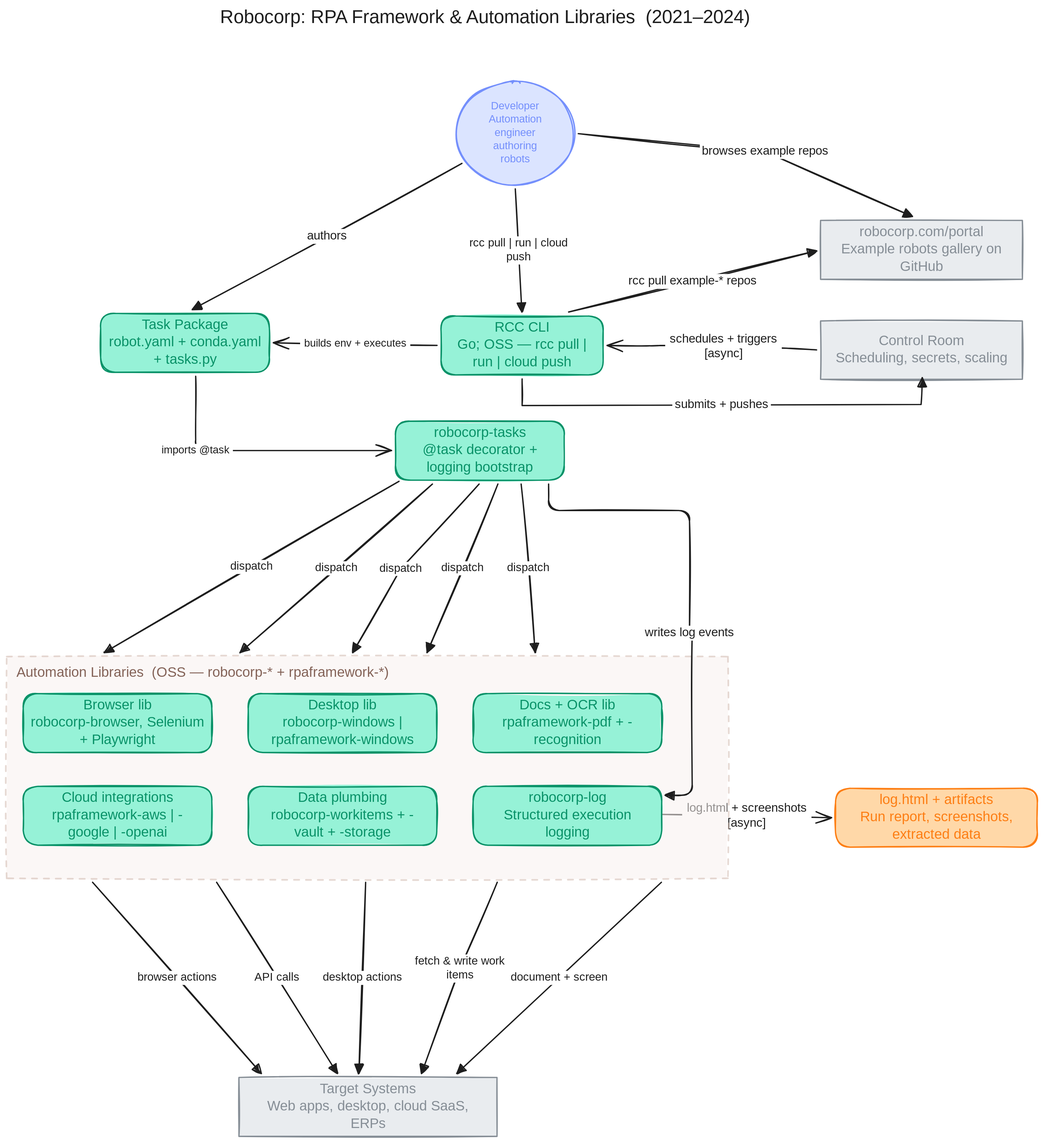
Before: public/diagrams/robocorp-rpa.svg, a diagram exported from Excalidraw (cmin764/portfolio). Source tidied: one line per element, renumbered; positions are measured from the earlier drawing's top-left corner, leaving out a move shared by most shapes.
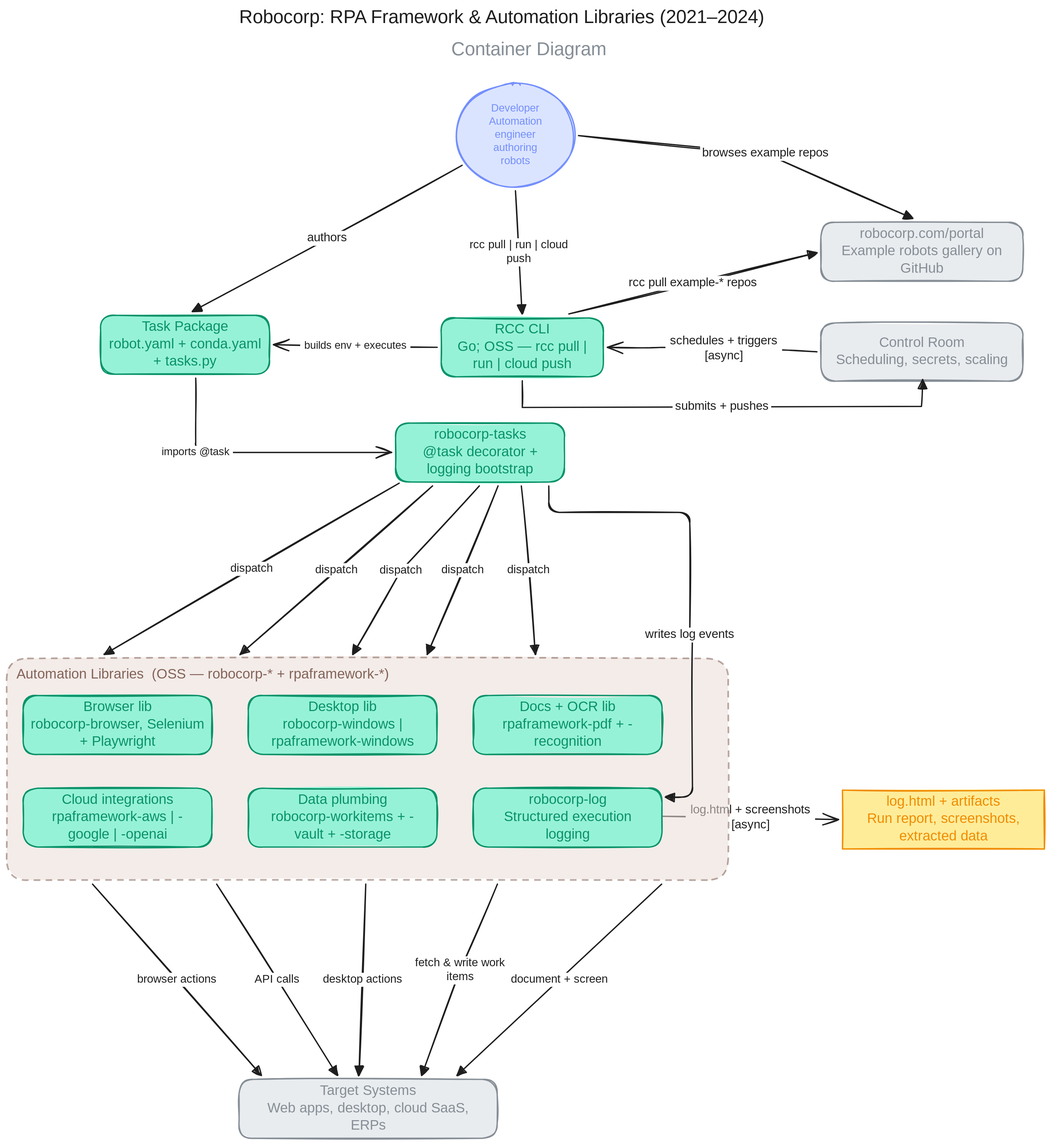
After the commit.

Diff of the diagram source:
```diff
@@ -1,11 +1,11 @@
-{"id": 0, "type": "text", "text": "Robocorp: RPA Framework & Automation Libraries  (2021–2024)", "strokeColor": "#1e1e1e", "strokeWidth": 2, "roughness": 1, "fontSize": 28, "fontFamily": 5, "x": 323, "y": 0, "width": 886, "height": 35}
+{"id": 0, "type": "text", "text": "Robocorp: RPA Framework & Automation Libraries (2021–2024)", "strokeColor": "#1e1e1e", "strokeWidth": 2, "roughness": 1, "fontSize": 28, "fontFamily": 5, "x": 351, "y": -3, "width": 875, "height": 35}
-{"id": 1, "type": "rectangle", "strokeColor": "#868e96", "backgroundColor": "#e9ecef", "fillStyle": "solid", "strokeWidth": 2, "roughness": 1, "x": 1230, "y": 323, "width": 305, "height": 89}
+{"id": 1, "type": "rectangle", "strokeColor": "#868e96", "backgroundColor": "#e9ecef", "fillStyle": "solid", "strokeWidth": 2, "roughness": 1, "round": true, "x": 1230, "y": 323, "width": 305, "height": 89}
 {"id": 2, "type": "rectangle", "strokeColor": "#099268", "backgroundColor": "#96f2d7", "fillStyle": "solid", "strokeWidth": 2, "roughness": 1, "round": true, "x": 656, "y": 467, "width": 245, "height": 89}
 {"id": 3, "type": "rectangle", "strokeColor": "#099268", "backgroundColor": "#96f2d7", "fillStyle": "solid", "strokeWidth": 2, "roughness": 1, "round": true, "x": 142, "y": 463, "width": 255, "height": 89}
 {"id": 4, "type": "rectangle", "strokeColor": "#099268", "backgroundColor": "#96f2d7", "fillStyle": "solid", "strokeWidth": 2, "roughness": 1, "round": true, "x": 588, "y": 626, "width": 255, "height": 89}
-{"id": 5, "type": "rectangle", "strokeColor": "#868e96", "backgroundColor": "#e9ecef", "fillStyle": "solid", "strokeWidth": 2, "roughness": 1, "x": 1230, "y": 475, "width": 305, "height": 88}
+{"id": 5, "type": "rectangle", "strokeColor": "#868e96", "backgroundColor": "#e9ecef", "fillStyle": "solid", "strokeWidth": 2, "roughness": 1, "round": true, "x": 1230, "y": 475, "width": 305, "height": 88}
-{"id": 6, "type": "rectangle", "strokeColor": "#868e96", "backgroundColor": "#e9ecef", "fillStyle": "solid", "strokeWidth": 2, "roughness": 1, "x": 351, "y": 1618, "width": 390, "height": 89}
+{"id": 6, "type": "rectangle", "strokeColor": "#868e96", "backgroundColor": "#e9ecef", "fillStyle": "solid", "strokeWidth": 2, "roughness": 1, "round": true, "x": 351, "y": 1618, "width": 390, "height": 89}
-{"id": 7, "type": "rectangle", "strokeColor": "#fd7e14", "backgroundColor": "#ffd8a8", "fillStyle": "solid", "strokeWidth": 2, "roughness": 1, "round": true, "x": 1253, "y": 1181, "width": 305, "height": 89}
+{"id": 7, "type": "rectangle", "strokeColor": "#f08c00", "backgroundColor": "#ffec99", "fillStyle": "solid", "strokeWidth": 2, "roughness": 1, "x": 1263, "y": 1181, "width": 305, "height": 89}
 {"id": 8, "type": "arrow", "strokeColor": "#1e1e1e", "strokeWidth": 2, "roughness": 1, "endArrowhead": "triangle", "from": 68, "to": 1, "x": 864, "y": 192, "width": 505, "height": 125, "points": [[0, 0], [282, 27], [505, 125]]}
 {"id": 9, "type": "arrow", "strokeColor": "#1e1e1e", "strokeWidth": 2, "roughness": 1, "endArrowhead": "triangle", "from": 68, "to": 3, "x": 688, "y": 237, "width": 407, "height": 221, "points": [[0, 0], [-407, 221]]}
 {"id": 10, "type": "arrow", "strokeColor": "#1e1e1e", "strokeWidth": 2, "roughness": 1, "endArrowhead": "triangle", "from": 2, "to": 1, "x": 849, "y": 461, "width": 375, "height": 92, "points": [[0, 0], [375, -92]]}
@@ -20,30 +20,30 @@
 {"id": 19, "type": "arrow", "strokeColor": "#1e1e1e", "strokeWidth": 2, "roughness": 1, "endArrowhead": "triangle", "from": 28, "to": 6, "x": 317, "y": 1323, "width": 182, "height": 289, "points": [[0, 0], [182, 289]]}
 {"id": 20, "type": "arrow", "strokeColor": "#1e1e1e", "strokeWidth": 2, "roughness": 1, "endArrowhead": "triangle", "from": 28, "to": 6, "x": 741, "y": 1323, "width": 114, "height": 289, "points": [[0, 0], [-56, 130], [-114, 289]]}
 {"id": 21, "type": "arrow", "strokeColor": "#1e1e1e", "strokeWidth": 2, "roughness": 1, "endArrowhead": "arrow", "from": 5, "to": 2, "x": 1224, "y": 519, "width": 317, "height": 7, "points": [[0, 0], [-45, -3], [-236, -7], [-317, -7]]}
-{"id": 22, "type": "arrow", "strokeColor": "#1e1e1e", "strokeWidth": 2, "roughness": 1, "endArrowhead": "arrow", "to": 7, "x": 990, "y": 1221, "width": 256, "height": 5, "points": [[0, 0], [256, 5]]}
+{"id": 22, "type": "arrow", "strokeColor": "#1e1e1e", "strokeWidth": 2, "roughness": 1, "endArrowhead": "arrow", "to": 7, "x": 990, "y": 1221, "width": 266, "height": 5, "points": [[0, 0], [266, 5]]}
 {"id": 23, "type": "text", "text": "robocorp.com/portal\nExample robots gallery on\nGitHub", "strokeColor": "#868e96", "strokeWidth": 2, "roughness": 1, "fontSize": 21, "fontFamily": 5, "textAlign": "center", "verticalAlign": "middle", "inside": 1, "x": 1252, "y": 328, "width": 262, "height": 79}
 {"id": 24, "type": "text", "text": "RCC CLI\nGo; OSS — rcc pull |\nrun | cloud push", "strokeColor": "#099268", "strokeWidth": 2, "roughness": 1, "fontSize": 21, "fontFamily": 5, "textAlign": "center", "verticalAlign": "middle", "inside": 2, "x": 675, "y": 473, "width": 207, "height": 79}
 {"id": 25, "type": "text", "text": "Task Package\nrobot.yaml + conda.yaml\n+ tasks.py", "strokeColor": "#099268", "strokeWidth": 2, "roughness": 1, "fontSize": 21, "fontFamily": 5, "textAlign": "center", "verticalAlign": "middle", "inside": 3, "x": 150, "y": 469, "width": 240, "height": 79}
 {"id": 26, "type": "text", "text": "robocorp-tasks\n@task decorator +\nlogging bootstrap", "strokeColor": "#099268", "strokeWidth": 2, "roughness": 1, "fontSize": 21, "fontFamily": 5, "textAlign": "center", "verticalAlign": "middle", "inside": 4, "x": 619, "y": 631, "width": 192, "height": 79}
 {"id": 27, "type": "text", "text": "Control Room\nScheduling, secrets, scaling", "strokeColor": "#868e96", "strokeWidth": 2, "roughness": 1, "fontSize": 21, "fontFamily": 5, "textAlign": "center", "verticalAlign": "middle", "inside": 5, "x": 1246, "y": 493, "width": 274, "height": 52}
-{"id": 28, "type": "rectangle", "strokeColor": "#d2bab0", "backgroundColor": "#f8f1ee", "fillStyle": "solid", "strokeWidth": 2, "strokeStyle": "dashed", "roughness": 1, "opacity": 55, "x": 0, "y": 982, "width": 1090, "height": 335}
+{"id": 28, "type": "rectangle", "strokeColor": "#846358", "backgroundColor": "#eaddd7", "fillStyle": "solid", "strokeWidth": 2, "strokeStyle": "dashed", "roughness": 1, "opacity": 55, "round": true, "x": 0, "y": 982, "width": 1090, "height": 335}
 {"id": 29, "type": "arrow", "strokeColor": "#1e1e1e", "strokeWidth": 2, "roughness": 1, "endArrowhead": "triangle", "from": 4, "to": 37, "x": 819, "y": 721, "width": 217, "height": 470, "points": [[0, 0], [0, 40], [213, 40], [213, 225], [217, 225], [217, 470], [176, 470]]}
 {"id": 30, "type": "arrow", "strokeColor": "#1e1e1e", "strokeWidth": 2, "roughness": 1, "endArrowhead": "triangle", "from": 4, "to": 28, "x": 777, "y": 721, "width": 21, "height": 255, "points": [[0, 0], [21, 255]]}
-{"id": 31, "type": "text", "text": "Automation Libraries  (OSS — robocorp-* + rpaframework-*)", "strokeColor": "#846358", "strokeWidth": 2, "roughness": 1, "fontSize": 21, "fontFamily": 5, "x": 15, "y": 994, "width": 613, "height": 26}
+{"id": 31, "type": "text", "text": "Automation Libraries  (OSS — robocorp-* + rpaframework-*)", "strokeColor": "#846358", "strokeWidth": 2, "roughness": 1, "fontSize": 21, "fontFamily": 5, "round": true, "x": 15, "y": 994, "width": 613, "height": 26}
 {"id": 32, "type": "rectangle", "strokeColor": "#099268", "backgroundColor": "#96f2d7", "fillStyle": "solid", "strokeWidth": 2, "roughness": 1, "round": true, "x": 25, "y": 1038, "width": 285, "height": 89}
 {"id": 33, "type": "rectangle", "strokeColor": "#099268", "backgroundColor": "#96f2d7", "fillStyle": "solid", "strokeWidth": 2, "roughness": 1, "round": true, "x": 365, "y": 1038, "width": 285, "height": 89}
 {"id": 34, "type": "rectangle", "strokeColor": "#099268", "backgroundColor": "#96f2d7", "fillStyle": "solid", "strokeWidth": 2, "roughness": 1, "round": true, "x": 705, "y": 1038, "width": 285, "height": 89}
 {"id": 35, "type": "rectangle", "strokeColor": "#099268", "backgroundColor": "#96f2d7", "fillStyle": "solid", "strokeWidth": 2, "roughness": 1, "round": true, "x": 25, "y": 1178, "width": 285, "height": 89}
 {"id": 36, "type": "rectangle", "strokeColor": "#099268", "backgroundColor": "#96f2d7", "fillStyle": "solid", "strokeWidth": 2, "roughness": 1, "round": true, "x": 365, "y": 1178, "width": 285, "height": 89}
 {"id": 37, "type": "rectangle", "strokeColor": "#099268", "backgroundColor": "#96f2d7", "fillStyle": "solid", "strokeWidth": 2, "roughness": 1, "round": true, "x": 705, "y": 1178, "width": 285, "height": 89}
-{"id": 38, "type": "text", "text": "Browser lib\nrobocorp-browser, Selenium\n+ Playwright", "strokeColor": "#099268", "strokeWidth": 2, "roughness": 1, "fontSize": 21, "fontFamily": 5, "textAlign": "center", "verticalAlign": "middle", "inside": 32, "x": 32, "y": 1043, "width": 271, "height": 79}
+{"id": 38, "type": "text", "text": "Browser lib\nrobocorp-browser, Selenium\n+ Playwright", "strokeColor": "#099268", "strokeWidth": 2, "roughness": 1, "fontSize": 21, "fontFamily": 5, "textAlign": "center", "verticalAlign": "middle", "round": true, "inside": 32, "x": 32, "y": 1043, "width": 271, "height": 79}
-{"id": 39, "type": "text", "text": "Desktop lib\nrobocorp-windows |\nrpaframework-windows", "strokeColor": "#099268", "strokeWidth": 2, "roughness": 1, "fontSize": 21, "fontFamily": 5, "textAlign": "center", "verticalAlign": "middle", "inside": 33, "x": 395, "y": 1043, "width": 225, "height": 79}
+{"id": 39, "type": "text", "text": "Desktop lib\nrobocorp-windows |\nrpaframework-windows", "strokeColor": "#099268", "strokeWidth": 2, "roughness": 1, "fontSize": 21, "fontFamily": 5, "textAlign": "center", "verticalAlign": "middle", "round": true, "inside": 33, "x": 395, "y": 1043, "width": 225, "height": 79}
-{"id": 40, "type": "text", "text": "Docs + OCR lib\nrpaframework-pdf + -\nrecognition", "strokeColor": "#099268", "strokeWidth": 2, "roughness": 1, "fontSize": 21, "fontFamily": 5, "textAlign": "center", "verticalAlign": "middle", "inside": 34, "x": 740, "y": 1043, "width": 215, "height": 79}
+{"id": 40, "type": "text", "text": "Docs + OCR lib\nrpaframework-pdf + -\nrecognition", "strokeColor": "#099268", "strokeWidth": 2, "roughness": 1, "fontSize": 21, "fontFamily": 5, "textAlign": "center", "verticalAlign": "middle", "round": true, "inside": 34, "x": 740, "y": 1043, "width": 215, "height": 79}
-{"id": 41, "type": "text", "text": "Cloud integrations\nrpaframework-aws | -\ngoogle | -openai", "strokeColor": "#099268", "strokeWidth": 2, "roughness": 1, "fontSize": 21, "fontFamily": 5, "textAlign": "center", "verticalAlign": "middle", "inside": 35, "x": 61, "y": 1183, "width": 213, "height": 79}
+{"id": 41, "type": "text", "text": "Cloud integrations\nrpaframework-aws | -\ngoogle | -openai", "strokeColor": "#099268", "strokeWidth": 2, "roughness": 1, "fontSize": 21, "fontFamily": 5, "textAlign": "center", "verticalAlign": "middle", "round": true, "inside": 35, "x": 61, "y": 1183, "width": 213, "height": 79}
-{"id": 42, "type": "text", "text": "Data plumbing\nrobocorp-workitems + -\nvault + -storage", "strokeColor": "#099268", "strokeWidth": 2, "roughness": 1, "fontSize": 21, "fontFamily": 5, "textAlign": "center", "verticalAlign": "middle", "inside": 36, "x": 390, "y": 1183, "width": 235, "height": 79}
+{"id": 42, "type": "text", "text": "Data plumbing\nrobocorp-workitems + -\nvault + -storage", "strokeColor": "#099268", "strokeWidth": 2, "roughness": 1, "fontSize": 21, "fontFamily": 5, "textAlign": "center", "verticalAlign": "middle", "round": true, "inside": 36, "x": 390, "y": 1183, "width": 235, "height": 79}
-{"id": 43, "type": "text", "text": "robocorp-log\nStructured execution\nlogging", "strokeColor": "#099268", "strokeWidth": 2, "roughness": 1, "fontSize": 21, "fontFamily": 5, "textAlign": "center", "verticalAlign": "middle", "inside": 37, "x": 739, "y": 1183, "width": 217, "height": 79}
+{"id": 43, "type": "text", "text": "robocorp-log\nStructured execution\nlogging", "strokeColor": "#099268", "strokeWidth": 2, "roughness": 1, "fontSize": 21, "fontFamily": 5, "textAlign": "center", "verticalAlign": "middle", "round": true, "inside": 37, "x": 739, "y": 1183, "width": 217, "height": 79}
 {"id": 44, "type": "text", "text": "Target Systems\nWeb apps, desktop, cloud SaaS,\nERPs", "strokeColor": "#868e96", "strokeWidth": 2, "roughness": 1, "fontSize": 21, "fontFamily": 5, "textAlign": "center", "verticalAlign": "middle", "inside": 6, "x": 386, "y": 1623, "width": 319, "height": 79}
-{"id": 45, "type": "text", "text": "log.html + artifacts\nRun report, screenshots,\nextracted data", "strokeColor": "#fd7e14", "strokeWidth": 2, "roughness": 1, "fontSize": 21, "fontFamily": 5, "textAlign": "center", "verticalAlign": "middle", "inside": 7, "x": 1279, "y": 1186, "width": 253, "height": 79}
+{"id": 45, "type": "text", "text": "log.html + artifacts\nRun report, screenshots,\nextracted data", "strokeColor": "#f08c00", "strokeWidth": 2, "roughness": 1, "fontSize": 21, "fontFamily": 5, "textAlign": "center", "verticalAlign": "middle", "inside": 7, "x": 1289, "y": 1186, "width": 253, "height": 79}
 {"id": 46, "type": "text", "text": "browses example repos", "strokeColor": "#1e1e1e", "strokeWidth": 2, "roughness": 1, "fontSize": 18, "fontFamily": 5, "textAlign": "center", "verticalAlign": "middle", "inside": 8, "x": 637, "y": 356, "width": 197, "height": 22}
 {"id": 47, "type": "text", "text": "rcc pull | run | cloud\npush", "strokeColor": "#1e1e1e", "strokeWidth": 2, "roughness": 1, "fontSize": 17, "fontFamily": 5, "textAlign": "center", "verticalAlign": "middle", "inside": 69, "x": 693, "y": 347, "width": 162, "height": 42}
 {"id": 48, "type": "text", "text": "authors", "strokeColor": "#1e1e1e", "strokeWidth": 2, "roughness": 1, "fontSize": 18, "fontFamily": 5, "textAlign": "center", "verticalAlign": "middle", "inside": 9, "x": 276, "y": 432, "width": 68, "height": 22}
@@ -69,3 +69,4 @@
 {"id": 68, "type": "ellipse", "strokeColor": "#748ffc", "backgroundColor": "#dbe4ff", "fillStyle": "solid", "strokeWidth": 2, "roughness": 1, "round": true, "x": 679, "y": 113, "width": 179, "height": 156}
 {"id": 69, "type": "arrow", "strokeColor": "#1e1e1e", "strokeWidth": 2, "roughness": 1, "endArrowhead": "triangle", "from": 68, "to": 2, "x": 769, "y": 275, "width": 10, "height": 186, "points": [[0, 0], [10, 186]]}
 {"id": 70, "type": "text", "text": "Developer\nAutomation\nengineer\nauthoring\nrobots", "strokeColor": "#748ffc", "backgroundColor": "#dbe4ff", "fillStyle": "solid", "strokeWidth": 2, "roughness": 1, "fontSize": 16, "fontFamily": 5, "textAlign": "center", "verticalAlign": "middle", "inside": 68, "x": 724, "y": 141, "width": 89, "height": 100}
+{"id": 71, "type": "text", "text": "Container Diagram", "strokeColor": "#868e96", "backgroundColor": "#ffec99", "fillStyle": "solid", "strokeWidth": 2, "roughness": 1, "fontSize": 28, "fontFamily": 5, "textAlign": "center", "x": 666, "y": 46, "width": 246, "height": 35}
```
